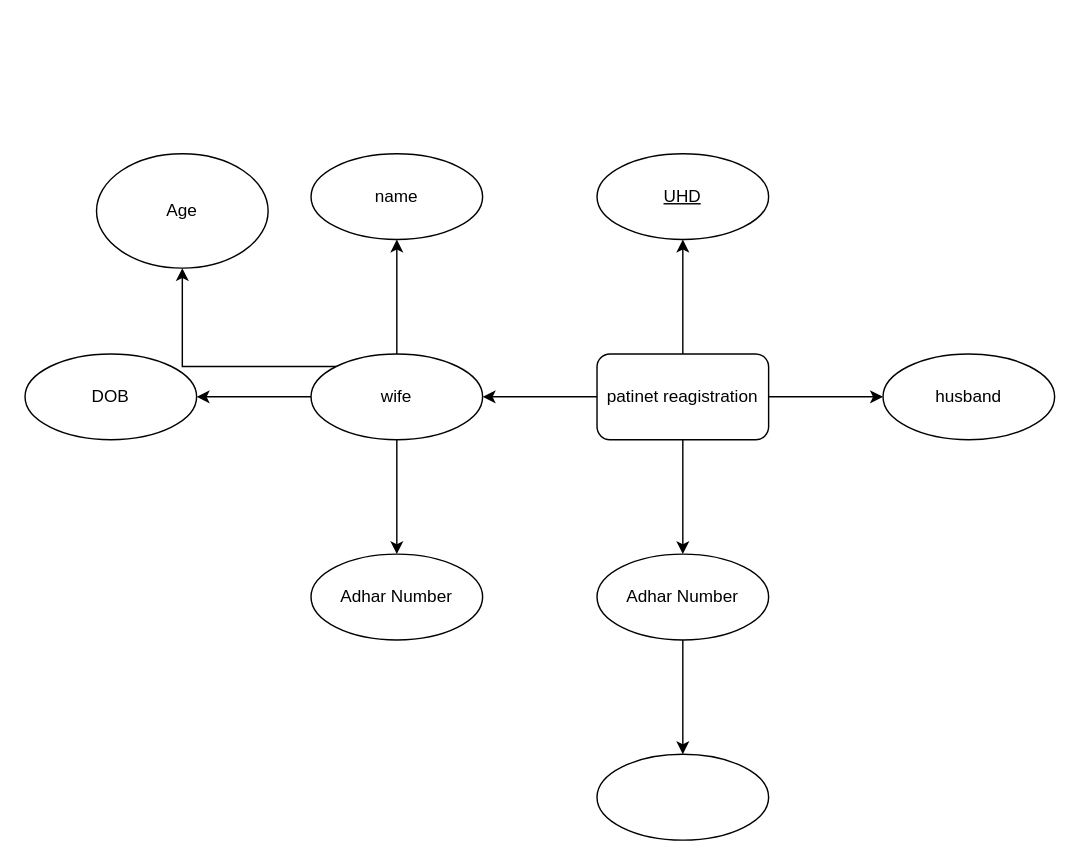
Before: Untitled Diagram.drawio in shubh435/flipkart-clone-backend, a draw.io diagram. Source tidied: cells renumbered, new cells numbered last; positions are measured from the earlier drawing's top-left corner, leaving out a move shared by most shapes. Both pictures are drawn from the tidied source at 143%, with x=0, y=0 at pixel (24, 153).
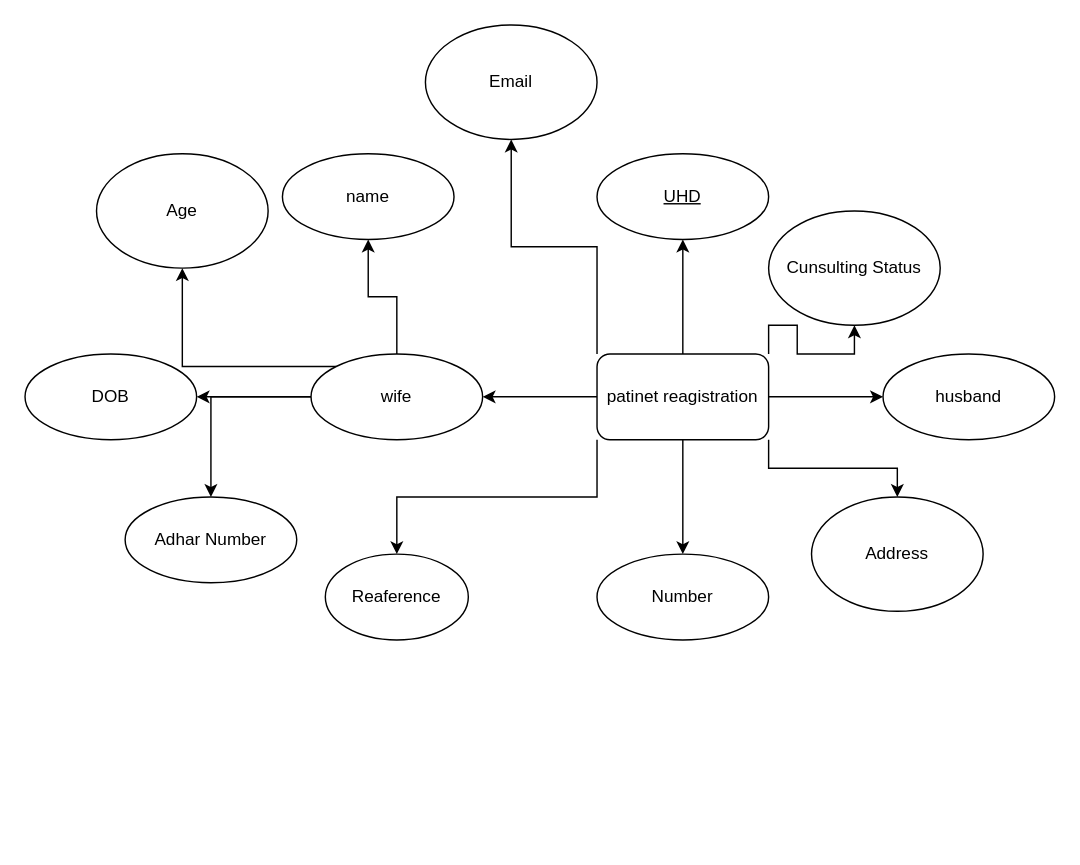
After the change.

Commit message:
Added the patient registration

Unchanged cells that the change refers to:
```xml
<mxCell id="6" value="patinet reagistration" style="rounded=1;whiteSpace=wrap;html=1;" parent="1" vertex="1">
  <mxGeometry x="400" y="140" width="120" height="60" as="geometry" />
</mxCell>
```

What changed in the source:
```diff
@@
+    <mxCell id="22" style="edgeStyle=orthogonalEdgeStyle;rounded=0;jettySize=auto;html=1;exitX=1;exitY=1;exitDx=0;exitDy=0;" parent="1" edge="1" source="6" target="26">
+      <mxGeometry relative="1" as="geometry" />
+    </mxCell>
+    <mxCell id="23" style="edgeStyle=orthogonalEdgeStyle;rounded=0;jettySize=auto;html=1;exitX=0;exitY=1;exitDx=0;exitDy=0;" parent="1" edge="1" source="6" target="27">
+      <mxGeometry relative="1" as="geometry" />
+    </mxCell>
+    <mxCell id="24" style="edgeStyle=orthogonalEdgeStyle;rounded=0;jettySize=auto;html=1;exitX=1;exitY=0;exitDx=0;exitDy=0;" parent="1" edge="1" source="6" target="28">
+      <mxGeometry relative="1" as="geometry" />
+    </mxCell>
+    <mxCell id="25" style="edgeStyle=orthogonalEdgeStyle;rounded=0;jettySize=auto;html=1;exitX=0;exitY=0;exitDx=0;exitDy=0;" parent="1" edge="1" source="6" target="29">
+      <mxGeometry relative="1" as="geometry" />
+    </mxCell>
@@
-    <mxCell id="7" style="edgeStyle=orthogonalEdgeStyle;rounded=0;jettySize=auto;html=1;" parent="1" edge="1" source="8" target="9">
-      <mxGeometry relative="1" as="geometry" />
-    </mxCell>
-    <mxCell id="8" value="Adhar Number" style="ellipse;whiteSpace=wrap;html=1;rounded=1;" parent="1" vertex="1">
+    <mxCell id="8" value="Number" style="ellipse;whiteSpace=wrap;html=1;rounded=1;" parent="1" vertex="1">
       <mxGeometry x="400" y="280" width="120" height="60" as="geometry" />
     </mxCell>
-    <mxCell id="9" style="ellipse;whiteSpace=wrap;html=1;rounded=1;" parent="1" vertex="1">
-      <mxGeometry x="400" y="420" width="120" height="60" as="geometry" />
-    </mxCell>
@@
     <mxCell id="17" value="name" style="ellipse;whiteSpace=wrap;html=1;rounded=1;" parent="1" vertex="1">
-      <mxGeometry x="200" width="120" height="60" as="geometry" />
+      <mxGeometry x="180" width="120" height="60" as="geometry" />
     </mxCell>
@@
     <mxCell id="19" value="Adhar Number" style="ellipse;whiteSpace=wrap;html=1;rounded=1;" parent="1" vertex="1">
-      <mxGeometry x="200" y="280" width="120" height="60" as="geometry" />
+      <mxGeometry x="70" y="240" width="120" height="60" as="geometry" />
     </mxCell>
@@
+    <mxCell id="26" value="Address" style="ellipse;whiteSpace=wrap;html=1;" parent="1" vertex="1">
+      <mxGeometry x="550" y="240" width="120" height="80" as="geometry" />
+    </mxCell>
+    <mxCell id="27" value="Reaference" style="ellipse;whiteSpace=wrap;html=1;" parent="1" vertex="1">
+      <mxGeometry x="210" y="280" width="100" height="60" as="geometry" />
+    </mxCell>
+    <mxCell id="28" value="Cunsulting Status" style="ellipse;whiteSpace=wrap;html=1;" parent="1" vertex="1">
+      <mxGeometry x="520" y="40" width="120" height="80" as="geometry" />
+    </mxCell>
+    <mxCell id="29" value="Email" style="ellipse;whiteSpace=wrap;html=1;" parent="1" vertex="1">
+      <mxGeometry x="280" y="-90" width="120" height="80" as="geometry" />
+    </mxCell>
```
